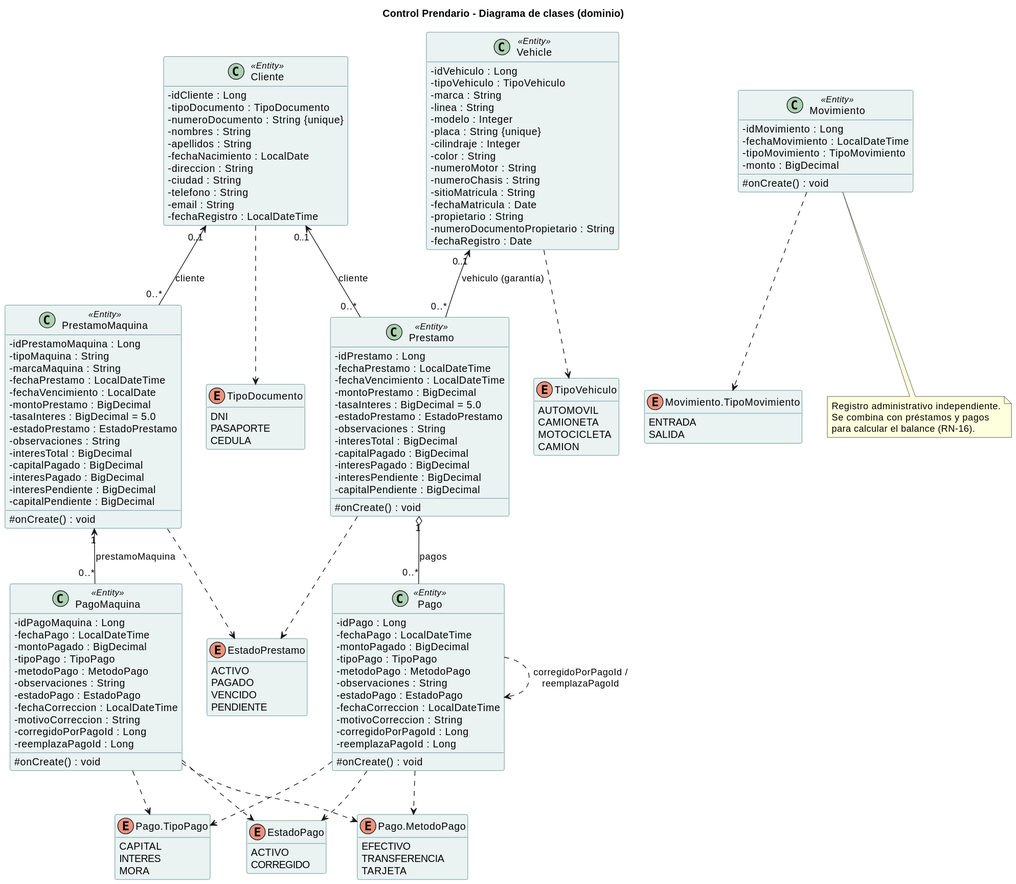
Before: docs/diagramas/svg/09-clases-dominio.svg, a diagram exported from PlantUML (ElPiston1870/controlprendario-api). Its diagram source:
```plantuml
@startuml
title Control Prendario - Diagrama de clases (dominio)

skinparam shadowing false
skinparam defaultFontName Arial
skinparam classAttributeIconSize 0
skinparam class {
  BackgroundColor #EAF2F2
  BorderColor #2F6F6F
}
hide empty methods

class Cliente <<Entity>> {
  - idCliente : Long
  - tipoDocumento : TipoDocumento
  - numeroDocumento : String {unique}
  - nombres : String
  - apellidos : String
  - fechaNacimiento : LocalDate
  - direccion : String
  - ciudad : String
  - telefono : String
  - email : String
  - fechaRegistro : LocalDateTime
}

class Vehicle <<Entity>> {
  - idVehiculo : Long
  - tipoVehiculo : TipoVehiculo
  - marca : String
  - linea : String
  - modelo : Integer
  - placa : String {unique}
  - cilindraje : Integer
  - color : String
  - numeroMotor : String
  - numeroChasis : String
  - sitioMatricula : String
  - fechaMatricula : Date
  - propietario : String
  - numeroDocumentoPropietario : String
  - fechaRegistro : Date
}

class Prestamo <<Entity>> {
  - idPrestamo : Long
  - fechaPrestamo : LocalDateTime
  - fechaVencimiento : LocalDateTime
  - montoPrestamo : BigDecimal
  - tasaInteres : BigDecimal = 5.0
  - estadoPrestamo : EstadoPrestamo
  - observaciones : String
  - interesTotal : BigDecimal
  - capitalPagado : BigDecimal
  - interesPagado : BigDecimal
  - interesPendiente : BigDecimal
  - capitalPendiente : BigDecimal
  # onCreate() : void
}

class PrestamoMaquina <<Entity>> {
  - idPrestamoMaquina : Long
  - tipoMaquina : String
  - marcaMaquina : String
  - fechaPrestamo : LocalDateTime
  - fechaVencimiento : LocalDate
  - montoPrestamo : BigDecimal
  - tasaInteres : BigDecimal = 5.0
  - estadoPrestamo : EstadoPrestamo
  - observaciones : String
  - interesTotal : BigDecimal
  - capitalPagado : BigDecimal
  - interesPagado : BigDecimal
  - interesPendiente : BigDecimal
  - capitalPendiente : BigDecimal
  # onCreate() : void
}

class Pago <<Entity>> {
  - idPago : Long
  - fechaPago : LocalDateTime
  - montoPagado : BigDecimal
  - tipoPago : TipoPago
  - metodoPago : MetodoPago
  - observaciones : String
  - estadoPago : EstadoPago
  - fechaCorreccion : LocalDateTime
  - motivoCorreccion : String
  - corregidoPorPagoId : Long
  - reemplazaPagoId : Long
  # onCreate() : void
}

class PagoMaquina <<Entity>> {
  - idPagoMaquina : Long
  - fechaPago : LocalDateTime
  - montoPagado : BigDecimal
  - tipoPago : TipoPago
  - metodoPago : MetodoPago
  - observaciones : String
  - estadoPago : EstadoPago
  - fechaCorreccion : LocalDateTime
  - motivoCorreccion : String
  - corregidoPorPagoId : Long
  - reemplazaPagoId : Long
  # onCreate() : void
}

class Movimiento <<Entity>> {
  - idMovimiento : Long
  - fechaMovimiento : LocalDateTime
  - tipoMovimiento : TipoMovimiento
  - monto : BigDecimal
  # onCreate() : void
}

enum TipoDocumento {
  DNI
  PASAPORTE
  CEDULA
}
enum TipoVehiculo {
  AUTOMOVIL
  CAMIONETA
  MOTOCICLETA
  CAMION
}
enum EstadoPrestamo {
  ACTIVO
  PAGADO
  VENCIDO
  PENDIENTE
}
enum EstadoPago {
  ACTIVO
  CORREGIDO
}
enum "Pago.TipoPago" as TipoPago {
  CAPITAL
  INTERES
  MORA
}
enum "Pago.MetodoPago" as MetodoPago {
  EFECTIVO
  TRANSFERENCIA
  TARJETA
}
enum "Movimiento.TipoMovimiento" as TipoMovimiento {
  ENTRADA
  SALIDA
}

Cliente "0..1" <-- "0..*" Prestamo : cliente
Vehicle "0..1" <-- "0..*" Prestamo : vehiculo (garantía)
Cliente "0..1" <-- "0..*" PrestamoMaquina : cliente
Prestamo "1" o-- "0..*" Pago : pagos
PrestamoMaquina "1" <-- "0..*" PagoMaquina : prestamoMaquina

Pago ..> Pago : corregidoPorPagoId /\nreemplazaPagoId

Cliente ..> TipoDocumento
Vehicle ..> TipoVehiculo
Prestamo ..> EstadoPrestamo
PrestamoMaquina ..> EstadoPrestamo
Pago ..> TipoPago
Pago ..> MetodoPago
Pago ..> EstadoPago
PagoMaquina ..> TipoPago
PagoMaquina ..> MetodoPago
PagoMaquina ..> EstadoPago
Movimiento ..> TipoMovimiento

note bottom of Movimiento
  Registro administrativo independiente.
  Se combina con préstamos y pagos
  para calcular el balance (RN-16).
end note
@enduml
```
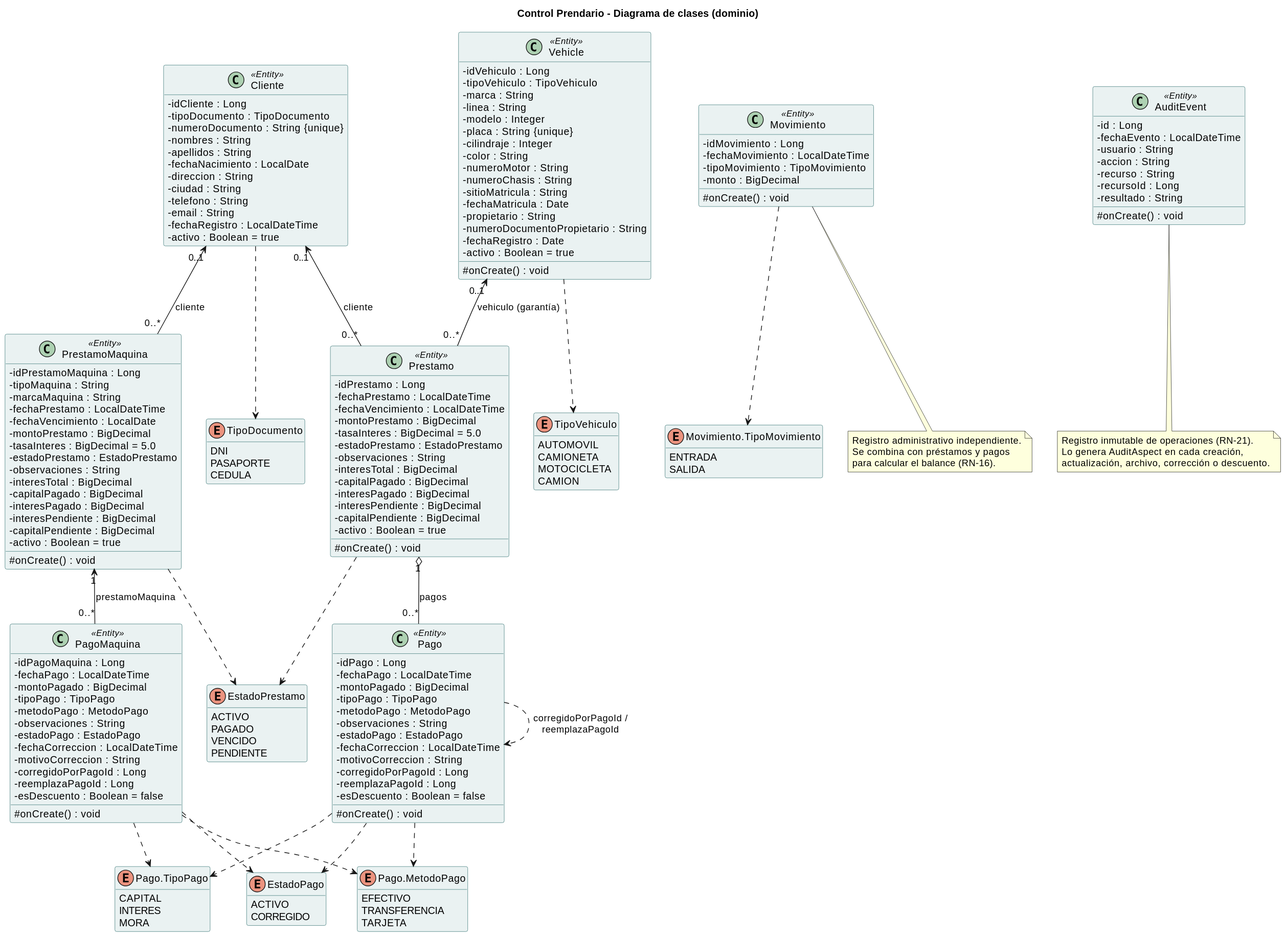
The same file after the commit.

Diff of the diagram source:
```diff
@@ -22,6 +22,7 @@
   - telefono : String
   - email : String
   - fechaRegistro : LocalDateTime
+  - activo : Boolean = true
 }
 
 class Vehicle <<Entity>> {
@@ -40,6 +41,8 @@
   - propietario : String
   - numeroDocumentoPropietario : String
   - fechaRegistro : Date
+  - activo : Boolean = true
+  # onCreate() : void
 }
 
 class Prestamo <<Entity>> {
@@ -55,6 +58,7 @@
   - interesPagado : BigDecimal
   - interesPendiente : BigDecimal
   - capitalPendiente : BigDecimal
+  - activo : Boolean = true
   # onCreate() : void
 }
 
@@ -73,6 +77,7 @@
   - interesPagado : BigDecimal
   - interesPendiente : BigDecimal
   - capitalPendiente : BigDecimal
+  - activo : Boolean = true
   # onCreate() : void
 }
 
@@ -88,6 +93,7 @@
   - motivoCorreccion : String
   - corregidoPorPagoId : Long
   - reemplazaPagoId : Long
+  - esDescuento : Boolean = false
   # onCreate() : void
 }
 
@@ -103,6 +109,7 @@
   - motivoCorreccion : String
   - corregidoPorPagoId : Long
   - reemplazaPagoId : Long
+  - esDescuento : Boolean = false
   # onCreate() : void
 }
 
@@ -111,6 +118,17 @@
   - fechaMovimiento : LocalDateTime
   - tipoMovimiento : TipoMovimiento
   - monto : BigDecimal
+  # onCreate() : void
+}
+
+class AuditEvent <<Entity>> {
+  - id : Long
+  - fechaEvento : LocalDateTime
+  - usuario : String
+  - accion : String
+  - recurso : String
+  - recursoId : Long
+  - resultado : String
   # onCreate() : void
 }
 
@@ -170,6 +188,12 @@
 PagoMaquina ..> EstadoPago
 Movimiento ..> TipoMovimiento
 
+note bottom of AuditEvent
+  Registro inmutable de operaciones (RN-21).
+  Lo genera AuditAspect en cada creación,
+  actualización, archivo, corrección o descuento.
+end note
+
 note bottom of Movimiento
   Registro administrativo independiente.
   Se combina con préstamos y pagos
```
